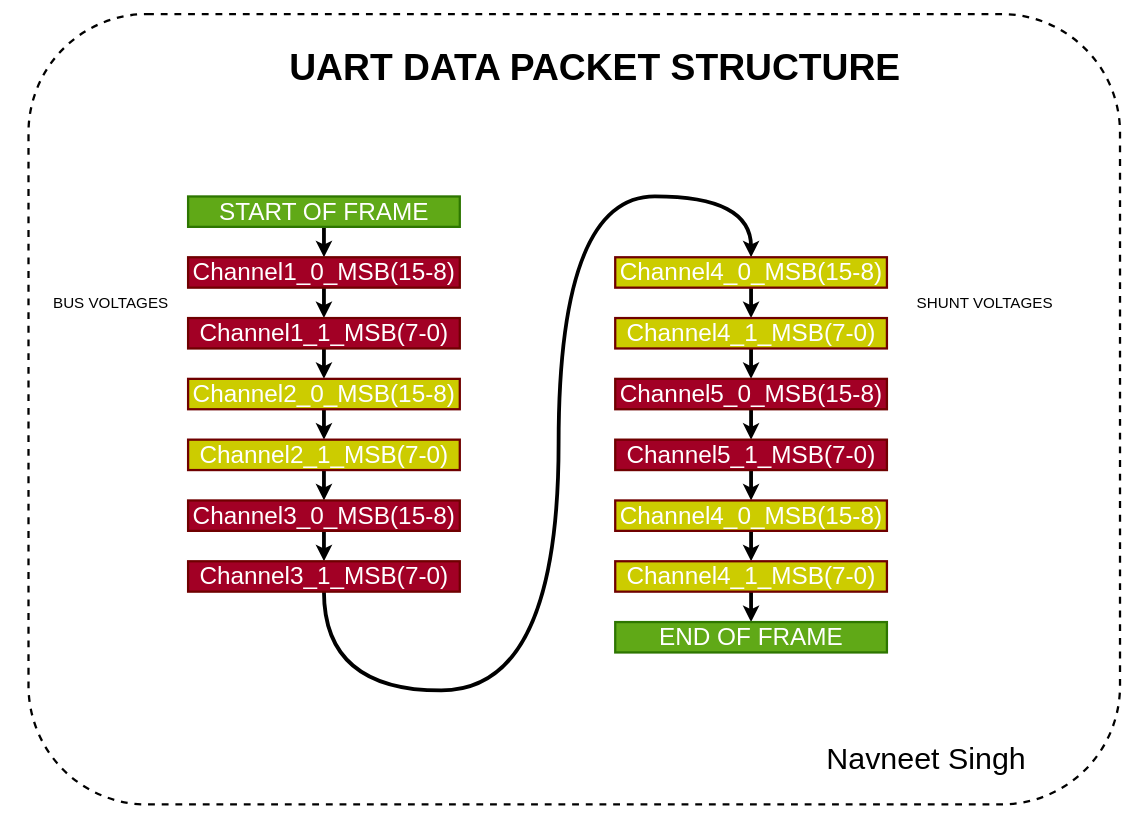
ns896/NavneetSingh keeps this draw.io diagram as project-pages/Power_Monitor/UART_DATAPACKET.drawio. Above is the earlier version. Source tidied: cells renumbered, new cells numbered last; positions are measured from the earlier drawing's top-left corner, leaving out a move shared by most shapes. Both pictures are drawn from the tidied source at 76%, with x=0, y=0 at pixel (13, 14).
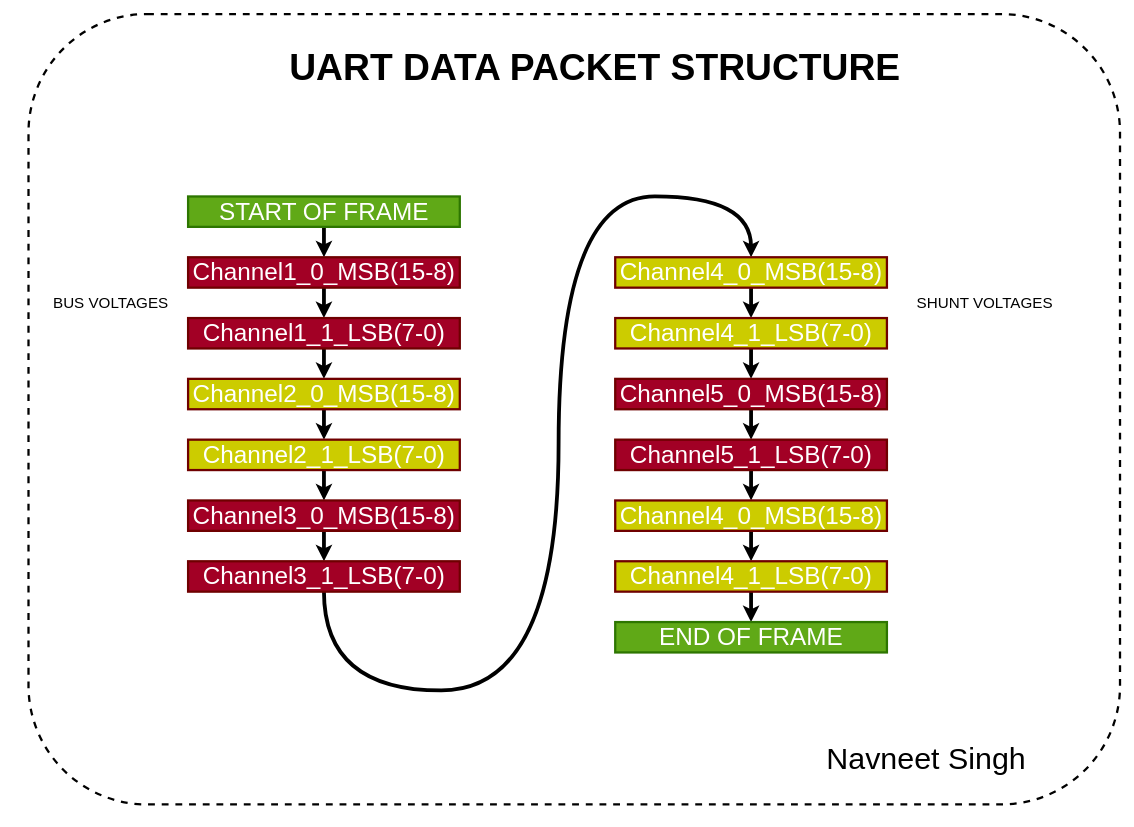
After the change.

What changed in the source:
```diff
@@
-    <mxCell id="10" value="Channel1_1_MSB(7-0)" style="rounded=0;whiteSpace=wrap;html=1;fontSize=32;fillColor=#a20025;fontColor=#ffffff;strokeColor=#6F0000;strokeWidth=3;" parent="1" vertex="1">
+    <mxCell id="10" value="Channel1_1_LSB(7-0)" style="rounded=0;whiteSpace=wrap;html=1;fontSize=32;fillColor=#a20025;fontColor=#ffffff;strokeColor=#6F0000;strokeWidth=3;" parent="1" vertex="1">
       <mxGeometry x="230" y="400" width="357.5" height="40" as="geometry" />
     </mxCell>
@@
-    <mxCell id="14" value="Channel2_1_MSB(7-0)" style="rounded=0;whiteSpace=wrap;html=1;fontSize=32;fillColor=#CCCC00;fontColor=#ffffff;strokeColor=#6F0000;strokeWidth=3;" parent="1" vertex="1">
+    <mxCell id="14" value="Channel2_1_LSB(7-0)" style="rounded=0;whiteSpace=wrap;html=1;fontSize=32;fillColor=#CCCC00;fontColor=#ffffff;strokeColor=#6F0000;strokeWidth=3;" parent="1" vertex="1">
       <mxGeometry x="230" y="560" width="357.5" height="40" as="geometry" />
     </mxCell>
@@
-    <mxCell id="18" value="Channel3_1_MSB(7-0)" style="rounded=0;whiteSpace=wrap;html=1;fontSize=32;fillColor=#a20025;fontColor=#ffffff;strokeColor=#6F0000;strokeWidth=3;" parent="1" vertex="1">
+    <mxCell id="18" value="Channel3_1_LSB(7-0)" style="rounded=0;whiteSpace=wrap;html=1;fontSize=32;fillColor=#a20025;fontColor=#ffffff;strokeColor=#6F0000;strokeWidth=3;" parent="1" vertex="1">
       <mxGeometry x="230" y="720" width="357.5" height="40" as="geometry" />
     </mxCell>
@@
-    <mxCell id="22" value="Channel4_1_MSB(7-0)" style="rounded=0;whiteSpace=wrap;html=1;fontSize=32;fillColor=#CCCC00;fontColor=#ffffff;strokeColor=#6F0000;strokeWidth=3;" parent="1" vertex="1">
+    <mxCell id="22" value="Channel4_1_LSB(7-0)" style="rounded=0;whiteSpace=wrap;html=1;fontSize=32;fillColor=#CCCC00;fontColor=#ffffff;strokeColor=#6F0000;strokeWidth=3;" parent="1" vertex="1">
       <mxGeometry x="792" y="400" width="357.5" height="40" as="geometry" />
     </mxCell>
@@
-    <mxCell id="26" value="Channel5_1_MSB(7-0)" style="rounded=0;whiteSpace=wrap;html=1;fontSize=32;fillColor=#a20025;fontColor=#ffffff;strokeColor=#6F0000;strokeWidth=3;" parent="1" vertex="1">
+    <mxCell id="26" value="Channel5_1_LSB(7-0)" style="rounded=0;whiteSpace=wrap;html=1;fontSize=32;fillColor=#a20025;fontColor=#ffffff;strokeColor=#6F0000;strokeWidth=3;" parent="1" vertex="1">
       <mxGeometry x="792" y="560" width="357.5" height="40" as="geometry" />
     </mxCell>
@@
-    <mxCell id="30" value="Channel4_1_MSB(7-0)" style="rounded=0;whiteSpace=wrap;html=1;fontSize=32;fillColor=#CCCC00;fontColor=#ffffff;strokeColor=#6F0000;strokeWidth=3;" parent="1" vertex="1">
+    <mxCell id="30" value="Channel4_1_LSB(7-0)" style="rounded=0;whiteSpace=wrap;html=1;fontSize=32;fillColor=#CCCC00;fontColor=#ffffff;strokeColor=#6F0000;strokeWidth=3;" parent="1" vertex="1">
       <mxGeometry x="792" y="720" width="357.5" height="40" as="geometry" />
     </mxCell>
```
